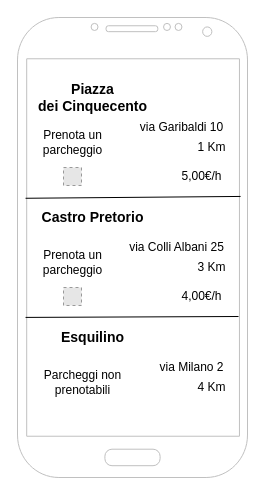
Before: Wireframe.drawio in ChiaraGismondi02/2020-21-verifica, a draw.io diagram. Source tidied: cells renumbered, new cells numbered last; positions are measured from the earlier drawing's top-left corner, leaving out a move shared by most shapes. Both pictures are drawn from the tidied source at 100%, with x=0, y=0 at pixel (17, 17). Pictures stored in the file or linked from it are replaced by grey dashed boxes.
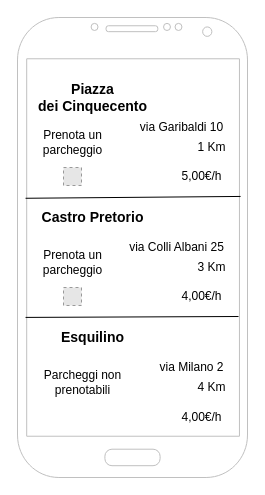
The same page after the edit.

The edit, as a diff of the source:
```diff
@@
+    <mxCell id="22" value="4,00€/h" style="text;html=1;align=center;verticalAlign=middle;fillColor=none;strokeColor=none;rounded=0;" parent="1" vertex="1">
+      <mxGeometry x="154" y="390" width="60" height="20" as="geometry" />
+    </mxCell>
```
